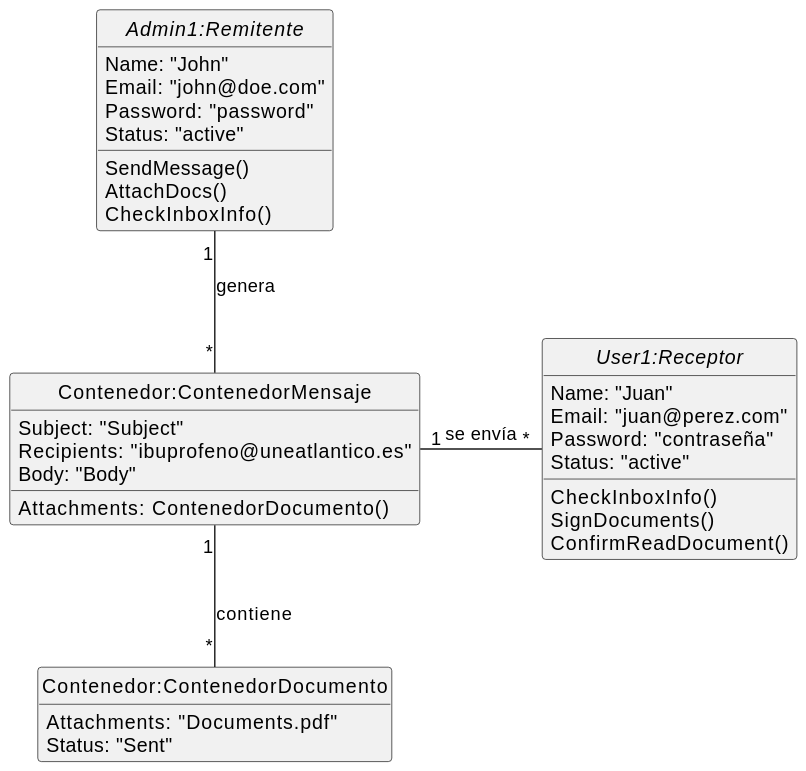
Before: docs/modeloDeDominio/diagramaDeObjetos/diagramaDeObjetosIteracion1.svg, a diagram exported from PlantUML (mmasias/24-25-IdSw1-SDR).
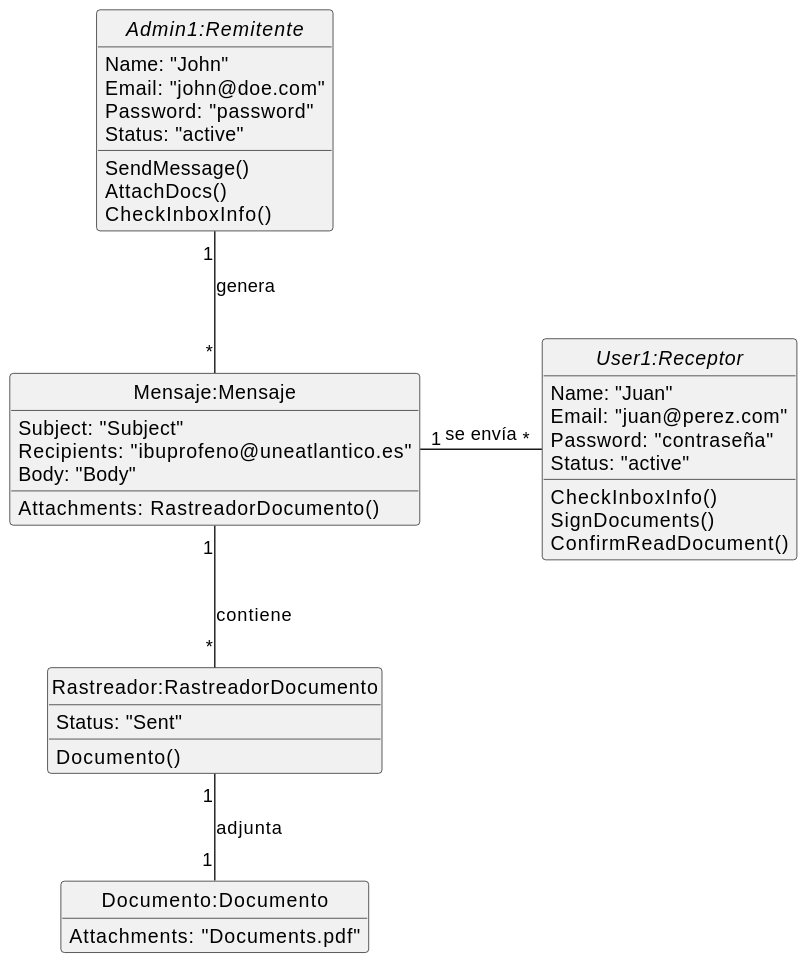
After the change.

Commit message:
FIX/ cambios debidos al diagrama de clases

Diff of the diagram source:
```diff
@@ -11,16 +11,20 @@
     CheckInboxInfo()
 }
 
-class "Contenedor:ContenedorMensaje"{
+class "Mensaje:Mensaje"{
     Subject: "Subject"
     Recipients: "ibuprofeno@uneatlantico.es"
     Body: "Body"
-    Attachments: ContenedorDocumento()
+    Attachments: RastreadorDocumento()
 }
 
-class "Contenedor:ContenedorDocumento"{
+class "Rastreador:RastreadorDocumento"{
+    Documento()
+    Status: "Sent"
+}
+
+class "Documento:Documento"{
     Attachments: "Documents.pdf"
-    Status: "Sent"
 }
 
 abstract "User1:Receptor"{
@@ -33,9 +37,11 @@
     ConfirmReadDocument()
 }
 
-"Admin1:Remitente" "1"--"*" "Contenedor:ContenedorMensaje" : genera
+"Admin1:Remitente" "1"--"*" "Mensaje:Mensaje" : genera
 
-"Contenedor:ContenedorMensaje" "1"--"*" "Contenedor:ContenedorDocumento" : contiene
+"Mensaje:Mensaje" "1"--"*" "Rastreador:RastreadorDocumento" : contiene
 
-"Contenedor:ContenedorMensaje" "1"-r-"*" "User1:Receptor" : se envía
+"Mensaje:Mensaje" "1"-r-"*" "User1:Receptor" : se envía
+
+"Rastreador:RastreadorDocumento" "1"--"1" "Documento:Documento" : adjunta
 @enduml
```
